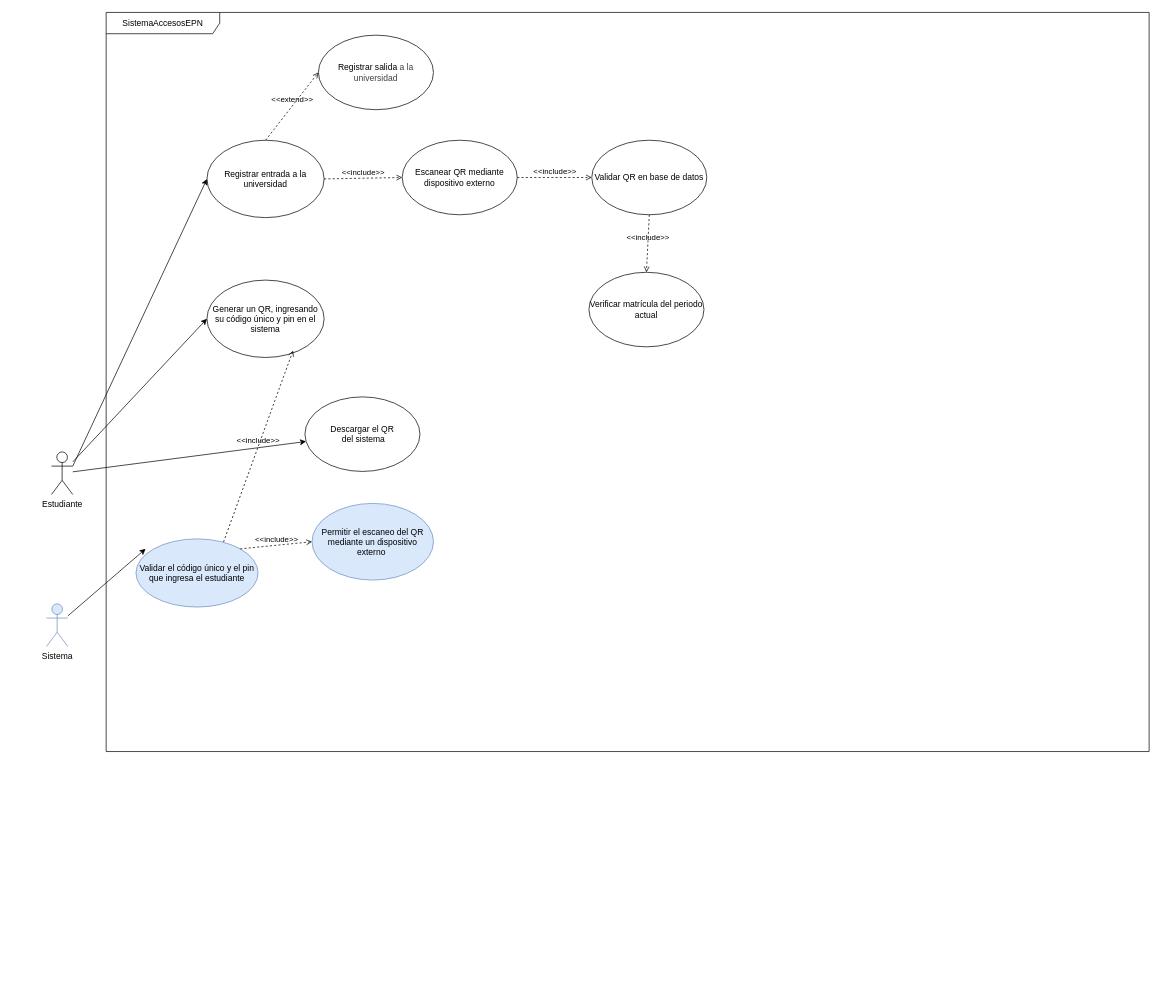
The draw.io diagram AccesoApp/design/1UseCase.drawio in Jhanavi128/Sistema_Control_AccesosEPN, before the edit. Source tidied: cells renumbered, new cells numbered last; positions are measured from the earlier drawing's top-left corner, leaving out a move shared by most shapes. Both pictures are drawn from the tidied source at 71%, with x=0, y=0 at pixel (46, 12).
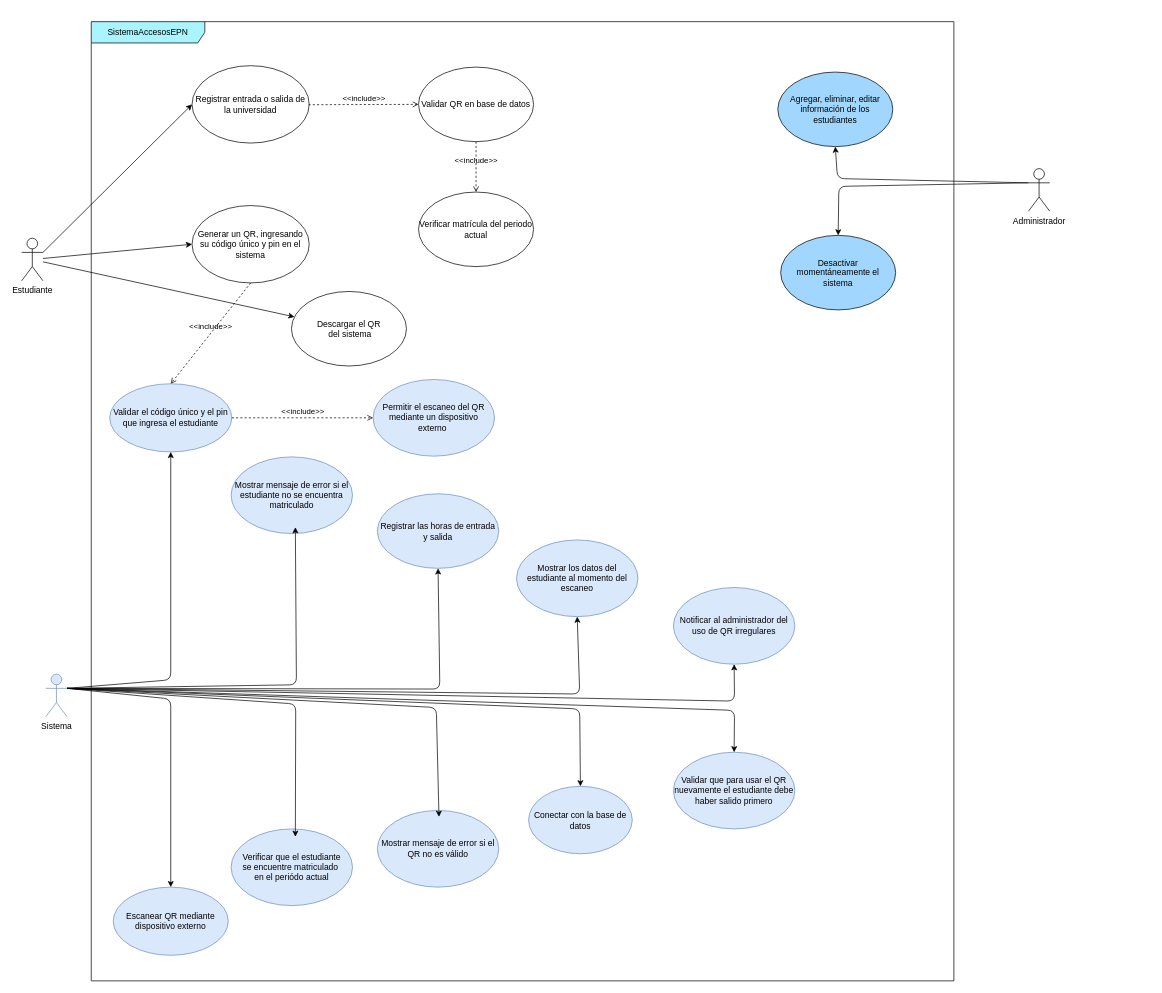
Above is the later version.

Commit message:
use case

Diff of the diagram source:
```diff
@@
-    <mxCell id="2" value="SistemaAccesosEPN" style="shape=umlFrame;whiteSpace=wrap;html=1;width=160;" parent="1" vertex="1">
-      <mxGeometry x="84" width="1469" height="1041" as="geometry" />
+    <mxCell id="2" value="SistemaAccesosEPN" style="shape=umlFrame;whiteSpace=wrap;html=1;width=160;fillColor=#A9F4FF;" parent="1" vertex="1">
+      <mxGeometry x="63" y="13" width="1215" height="1351" as="geometry" />
     </mxCell>
     <mxCell id="3" value="Generar un QR, ingresando su código único y pin en el sistema" style="ellipse;whiteSpace=wrap;html=1;" parent="2" vertex="1">
-      <mxGeometry x="142" y="377" width="165" height="109" as="geometry" />
+      <mxGeometry x="142" y="259" width="165" height="109" as="geometry" />
     </mxCell>
     <mxCell id="4" value="Validar el código único y el pin que ingresa el estudiante" style="ellipse;whiteSpace=wrap;html=1;fillColor=#dae8fc;strokeColor=#6c8ebf;" parent="2" vertex="1">
-      <mxGeometry x="42" y="741.5" width="172" height="96" as="geometry" />
+      <mxGeometry x="26" y="510" width="172" height="96" as="geometry" />
     </mxCell>
     <mxCell id="5" value="Descargar el QR&lt;div&gt;&amp;nbsp;del sistema&lt;/div&gt;" style="ellipse;whiteSpace=wrap;html=1;" parent="2" vertex="1">
-      <mxGeometry x="280" y="541.5" width="162" height="105" as="geometry" />
+      <mxGeometry x="282" y="380" width="162" height="105" as="geometry" />
     </mxCell>
     <mxCell id="6" value="Permitir el escaneo del QR mediante un dispositivo externo&amp;nbsp;" style="ellipse;whiteSpace=wrap;html=1;fillColor=#dae8fc;strokeColor=#6c8ebf;" parent="2" vertex="1">
-      <mxGeometry x="290" y="691.5" width="171" height="108" as="geometry" />
+      <mxGeometry x="397" y="504" width="171" height="108" as="geometry" />
     </mxCell>
-    <mxCell id="7" value="&amp;lt;&amp;lt;include&amp;gt;&amp;gt;" style="html=1;verticalAlign=bottom;labelBackgroundColor=none;endArrow=open;endFill=0;dashed=1;exitX=0.717;exitY=0.046;exitDx=0;exitDy=0;exitPerimeter=0;entryX=0.735;entryY=0.91;entryDx=0;entryDy=0;entryPerimeter=0;" parent="2" edge="1" source="4" target="3">
+    <mxCell id="7" value="&amp;lt;&amp;lt;include&amp;gt;&amp;gt;" style="html=1;verticalAlign=bottom;labelBackgroundColor=none;endArrow=open;endFill=0;dashed=1;exitX=0.5;exitY=1;exitDx=0;exitDy=0;entryX=0.5;entryY=0;entryDx=0;entryDy=0;" parent="2" edge="1" source="3" target="4">
       <mxGeometry relative="1" as="geometry" />
     </mxCell>
-    <mxCell id="8" value="&amp;lt;&amp;lt;include&amp;gt;&amp;gt;" style="html=1;verticalAlign=bottom;labelBackgroundColor=none;endArrow=open;endFill=0;dashed=1;exitX=1;exitY=0;exitDx=0;exitDy=0;entryX=0;entryY=0.5;entryDx=0;entryDy=0;" parent="2" edge="1" source="4" target="6">
+    <mxCell id="8" value="&amp;lt;&amp;lt;include&amp;gt;&amp;gt;" style="html=1;verticalAlign=bottom;labelBackgroundColor=none;endArrow=open;endFill=0;dashed=1;exitX=1;exitY=0.5;exitDx=0;exitDy=0;entryX=0;entryY=0.5;entryDx=0;entryDy=0;" parent="2" edge="1" source="4" target="6">
       <mxGeometry relative="1" as="geometry" />
     </mxCell>
-    <mxCell id="9" value="Registrar entrada a la universidad" style="ellipse;whiteSpace=wrap;html=1;" parent="2" vertex="1">
-      <mxGeometry x="142" y="180" width="165" height="109" as="geometry" />
+    <mxCell id="9" value="Registrar entrada o salida de la universidad" style="ellipse;whiteSpace=wrap;html=1;" parent="2" vertex="1">
+      <mxGeometry x="142" y="62" width="165" height="109" as="geometry" />
     </mxCell>
-    <mxCell id="10" value="&lt;span style=&quot;color: rgb(0, 0, 0); text-align: left;&quot;&gt;Escanear QR mediante dispositivo externo&lt;/span&gt;" style="ellipse;whiteSpace=wrap;html=1;" parent="2" vertex="1">
-      <mxGeometry x="417" y="180" width="162" height="105" as="geometry" />
-    </mxCell>
     <mxCell id="11" value="&lt;span style=&quot;color: rgb(0, 0, 0); text-align: left;&quot;&gt;Validar QR en base de datos&lt;/span&gt;" style="ellipse;whiteSpace=wrap;html=1;" parent="2" vertex="1">
-      <mxGeometry x="684" y="180" width="162" height="105" as="geometry" />
+      <mxGeometry x="461" y="64" width="162" height="105" as="geometry" />
     </mxCell>
     <mxCell id="12" value="&lt;span style=&quot;color: rgb(0, 0, 0); text-align: left;&quot;&gt;Verificar matrícula del periodo actual&lt;/span&gt;" style="ellipse;whiteSpace=wrap;html=1;" parent="2" vertex="1">
-      <mxGeometry x="680" y="366" width="162" height="105" as="geometry" />
+      <mxGeometry x="461" y="240" width="162" height="105" as="geometry" />
     </mxCell>
-    <mxCell id="13" value="&amp;lt;&amp;lt;include&amp;gt;&amp;gt;" style="html=1;verticalAlign=bottom;labelBackgroundColor=none;endArrow=open;endFill=0;dashed=1;exitX=1;exitY=0.5;exitDx=0;exitDy=0;entryX=0;entryY=0.5;entryDx=0;entryDy=0;" parent="2" edge="1" source="9" target="10">
-      <mxGeometry relative="1" as="geometry" />
-    </mxCell>
-    <mxCell id="14" value="&amp;lt;&amp;lt;include&amp;gt;&amp;gt;" style="html=1;verticalAlign=bottom;labelBackgroundColor=none;endArrow=open;endFill=0;dashed=1;exitX=1;exitY=0.5;exitDx=0;exitDy=0;entryX=0;entryY=0.5;entryDx=0;entryDy=0;" parent="2" edge="1" source="10" target="11">
-      <mxGeometry relative="1" as="geometry" />
+    <mxCell id="14" value="&amp;lt;&amp;lt;include&amp;gt;&amp;gt;" style="html=1;verticalAlign=bottom;labelBackgroundColor=none;endArrow=open;endFill=0;dashed=1;entryX=0;entryY=0.5;entryDx=0;entryDy=0;" parent="2" edge="1" target="11">
+      <mxGeometry relative="1" as="geometry">
+        <mxPoint x="306" y="117" as="sourcePoint" />
+      </mxGeometry>
     </mxCell>
@@
-    <mxCell id="16" value="Registrar salida&lt;span style=&quot;background-color: transparent; color: rgb(63, 63, 63);&quot;&gt;&amp;nbsp;a la universidad&lt;/span&gt;" style="ellipse;whiteSpace=wrap;html=1;" parent="2" vertex="1">
-      <mxGeometry x="299" y="32" width="162" height="105" as="geometry" />
-    </mxCell>
-    <mxCell id="17" value="&amp;lt;&amp;lt;extend&amp;gt;&amp;gt;" style="html=1;verticalAlign=bottom;labelBackgroundColor=none;endArrow=open;endFill=0;dashed=1;exitX=0.5;exitY=0;exitDx=0;exitDy=0;entryX=0;entryY=0.5;entryDx=0;entryDy=0;" parent="2" edge="1" source="9" target="16">
-      <mxGeometry relative="1" as="geometry" />
-    </mxCell>
+    <mxCell id="10" value="&lt;span style=&quot;color: rgb(0, 0, 0); text-align: left;&quot;&gt;Escanear QR mediante dispositivo externo&lt;/span&gt;" style="ellipse;whiteSpace=wrap;html=1;fillColor=#dae8fc;strokeColor=#6c8ebf;" parent="2" vertex="1">
+      <mxGeometry x="31" y="1219" width="162" height="96" as="geometry" />
+    </mxCell>
+    <mxCell id="24" value="&lt;span style=&quot;color: rgb(0, 0, 0); text-wrap-mode: nowrap;&quot;&gt;Verificar que el estudiante&lt;/span&gt;&lt;div&gt;&lt;span style=&quot;color: rgb(0, 0, 0); text-wrap-mode: nowrap;&quot;&gt;se encuentre matriculado&amp;nbsp;&lt;/span&gt;&lt;/div&gt;&lt;div&gt;&lt;span style=&quot;color: rgb(0, 0, 0); text-wrap-mode: nowrap;&quot;&gt;en el periódo actual&lt;/span&gt;&lt;/div&gt;" style="ellipse;whiteSpace=wrap;html=1;fillColor=#dae8fc;strokeColor=#6c8ebf;" parent="2" vertex="1">
+      <mxGeometry x="197" y="1137" width="171" height="108" as="geometry" />
+    </mxCell>
+    <mxCell id="25" value="Mostrar mensaje de error si el QR no es válido" style="ellipse;whiteSpace=wrap;html=1;fillColor=#dae8fc;strokeColor=#6c8ebf;" parent="2" vertex="1">
+      <mxGeometry x="403" y="1111" width="171" height="108" as="geometry" />
+    </mxCell>
+    <mxCell id="26" value="Mostrar mensaje de error si el estudiante no se encuentra matriculado" style="ellipse;whiteSpace=wrap;html=1;fillColor=#dae8fc;strokeColor=#6c8ebf;" parent="2" vertex="1">
+      <mxGeometry x="197" y="613" width="171" height="108" as="geometry" />
+    </mxCell>
+    <mxCell id="27" value="Mostrar los datos del estudiante al momento del escaneo" style="ellipse;whiteSpace=wrap;html=1;fillColor=#dae8fc;strokeColor=#6c8ebf;" parent="2" vertex="1">
+      <mxGeometry x="599" y="730" width="171" height="108" as="geometry" />
+    </mxCell>
+    <mxCell id="28" value="Validar que para usar el QR nuevamente el estudiante debe haber salido primero" style="ellipse;whiteSpace=wrap;html=1;fillColor=#dae8fc;strokeColor=#6c8ebf;" parent="2" vertex="1">
+      <mxGeometry x="820" y="1029" width="171" height="108" as="geometry" />
+    </mxCell>
+    <mxCell id="29" value="Notificar al administrador del uso de QR irregulares" style="ellipse;whiteSpace=wrap;html=1;fillColor=#dae8fc;strokeColor=#6c8ebf;" parent="2" vertex="1">
+      <mxGeometry x="820" y="797" width="171" height="108" as="geometry" />
+    </mxCell>
+    <mxCell id="30" style="edgeStyle=none;html=1;entryX=0.5;entryY=1;entryDx=0;entryDy=0;exitX=1;exitY=0.3333333333333333;exitDx=0;exitDy=0;exitPerimeter=0;" parent="2" edge="1" source="20">
+      <mxGeometry relative="1" as="geometry">
+        <mxPoint x="287.5" y="712" as="targetPoint" />
+        <Array as="points">
+          <mxPoint x="289" y="934" />
+        </Array>
+      </mxGeometry>
+    </mxCell>
+    <mxCell id="31" style="edgeStyle=none;html=1;entryX=0.5;entryY=0;entryDx=0;entryDy=0;exitX=1;exitY=0.3333333333333333;exitDx=0;exitDy=0;exitPerimeter=0;" parent="2" edge="1" source="20">
+      <mxGeometry relative="1" as="geometry">
+        <mxPoint x="287.5" y="1148" as="targetPoint" />
+        <Array as="points">
+          <mxPoint x="288" y="961" />
+        </Array>
+      </mxGeometry>
+    </mxCell>
+    <mxCell id="32" style="edgeStyle=none;html=1;entryX=0.5;entryY=0;entryDx=0;entryDy=0;exitX=1;exitY=0.3333333333333333;exitDx=0;exitDy=0;exitPerimeter=0;" parent="2" edge="1" source="20">
+      <mxGeometry relative="1" as="geometry">
+        <mxPoint x="489.8" y="1120" as="targetPoint" />
+        <Array as="points">
+          <mxPoint x="486" y="966" />
+        </Array>
+      </mxGeometry>
+    </mxCell>
+    <mxCell id="33" value="Agregar, eliminar, editar información de los estudiantes" style="ellipse;whiteSpace=wrap;html=1;fillColor=#A1D7FF;" parent="2" vertex="1">
+      <mxGeometry x="967" y="71" width="162" height="105" as="geometry" />
+    </mxCell>
+    <mxCell id="34" value="Desactivar momentáneamente el sistema" style="ellipse;whiteSpace=wrap;html=1;fillColor=#A1D7FF;" parent="2" vertex="1">
+      <mxGeometry x="971" y="301" width="162" height="105" as="geometry" />
+    </mxCell>
+    <mxCell id="35" value="Conectar con la base de datos" style="ellipse;whiteSpace=wrap;html=1;fillColor=#dae8fc;strokeColor=#6c8ebf;" parent="2" vertex="1">
+      <mxGeometry x="616" y="1077" width="146" height="95" as="geometry" />
+    </mxCell>
+    <mxCell id="36" value="Registrar las horas de entrada y salida" style="ellipse;whiteSpace=wrap;html=1;fillColor=#dae8fc;strokeColor=#6c8ebf;" parent="2" vertex="1">
+      <mxGeometry x="403" y="665" width="171" height="105" as="geometry" />
+    </mxCell>
@@
     <mxCell id="19" value="Estudiante" style="shape=umlActor;verticalLabelPosition=bottom;verticalAlign=top;html=1;" parent="1" vertex="1">
-      <mxGeometry x="7" y="619" width="30" height="60" as="geometry" />
+      <mxGeometry x="-35" y="318" width="30" height="60" as="geometry" />
     </mxCell>
     <mxCell id="20" value="Sistema" style="shape=umlActor;verticalLabelPosition=bottom;verticalAlign=top;html=1;fillColor=#dae8fc;strokeColor=#6c8ebf;" parent="1" vertex="1">
-      <mxGeometry y="833" width="30" height="60" as="geometry" />
+      <mxGeometry x="-1" y="932" width="30" height="60" as="geometry" />
     </mxCell>
@@
+    <mxCell id="23" style="edgeStyle=none;html=1;entryX=0;entryY=0.5;entryDx=0;entryDy=0;exitX=1;exitY=0.3333333333333333;exitDx=0;exitDy=0;exitPerimeter=0;" parent="1" edge="1" source="19" target="9">
+      <mxGeometry relative="1" as="geometry" />
+    </mxCell>
+    <mxCell id="37" value="Administrador" style="shape=umlActor;verticalLabelPosition=bottom;verticalAlign=top;html=1;" parent="1" vertex="1">
+      <mxGeometry x="1383" y="220" width="30" height="60" as="geometry" />
+    </mxCell>
+    <mxCell id="38" style="edgeStyle=none;html=1;entryX=0.5;entryY=0;entryDx=0;entryDy=0;exitX=1;exitY=0.3333333333333333;exitDx=0;exitDy=0;exitPerimeter=0;" parent="1" edge="1" source="20" target="10">
+      <mxGeometry relative="1" as="geometry">
+        <Array as="points">
+          <mxPoint x="175" y="967" />
+        </Array>
+      </mxGeometry>
+    </mxCell>
-    <mxCell id="22" style="edgeStyle=none;html=1;entryX=0.079;entryY=0.146;entryDx=0;entryDy=0;entryPerimeter=0;" parent="1" edge="1" source="20" target="4">
-      <mxGeometry relative="1" as="geometry" />
+    <mxCell id="22" style="edgeStyle=none;html=1;entryX=0.5;entryY=1;entryDx=0;entryDy=0;exitX=1;exitY=0.3333333333333333;exitDx=0;exitDy=0;exitPerimeter=0;" parent="1" edge="1" source="20" target="4">
+      <mxGeometry relative="1" as="geometry">
+        <Array as="points">
+          <mxPoint x="175" y="940" />
+        </Array>
+      </mxGeometry>
     </mxCell>
-    <mxCell id="23" style="edgeStyle=none;html=1;entryX=0;entryY=0.5;entryDx=0;entryDy=0;exitX=1;exitY=0.3333333333333333;exitDx=0;exitDy=0;exitPerimeter=0;" parent="1" edge="1" source="19" target="9">
-      <mxGeometry relative="1" as="geometry" />
-    </mxCell>
+    <mxCell id="39" style="edgeStyle=none;html=1;entryX=0.5;entryY=1;entryDx=0;entryDy=0;exitX=1;exitY=0.3333333333333333;exitDx=0;exitDy=0;exitPerimeter=0;" parent="1" edge="1" source="20" target="27">
+      <mxGeometry relative="1" as="geometry">
+        <Array as="points">
+          <mxPoint x="751" y="960" />
+        </Array>
+      </mxGeometry>
+    </mxCell>
+    <mxCell id="40" style="edgeStyle=none;html=1;entryX=0.5;entryY=0;entryDx=0;entryDy=0;exitX=1;exitY=0.3333333333333333;exitDx=0;exitDy=0;exitPerimeter=0;" parent="1" edge="1" source="20" target="35">
+      <mxGeometry relative="1" as="geometry">
+        <Array as="points">
+          <mxPoint x="751" y="981" />
+        </Array>
+      </mxGeometry>
+    </mxCell>
+    <mxCell id="41" style="edgeStyle=none;html=1;entryX=0.5;entryY=1;entryDx=0;entryDy=0;exitX=1;exitY=0.3333333333333333;exitDx=0;exitDy=0;exitPerimeter=0;" parent="1" edge="1" source="20" target="29">
+      <mxGeometry relative="1" as="geometry">
+        <Array as="points">
+          <mxPoint x="969" y="970" />
+        </Array>
+      </mxGeometry>
+    </mxCell>
+    <mxCell id="42" style="edgeStyle=none;html=1;entryX=0.5;entryY=0;entryDx=0;entryDy=0;exitX=1;exitY=0.3333333333333333;exitDx=0;exitDy=0;exitPerimeter=0;" parent="1" edge="1" source="20" target="28">
+      <mxGeometry relative="1" as="geometry">
+        <Array as="points">
+          <mxPoint x="969" y="983" />
+        </Array>
+      </mxGeometry>
+    </mxCell>
+    <mxCell id="43" style="edgeStyle=none;html=1;entryX=0.5;entryY=1;entryDx=0;entryDy=0;exitX=0;exitY=0.3333333333333333;exitDx=0;exitDy=0;exitPerimeter=0;" parent="1" edge="1" source="37" target="33">
+      <mxGeometry relative="1" as="geometry">
+        <Array as="points">
+          <mxPoint x="1114" y="234" />
+        </Array>
+      </mxGeometry>
+    </mxCell>
+    <mxCell id="44" style="edgeStyle=none;html=1;entryX=0.5;entryY=0;entryDx=0;entryDy=0;exitX=0;exitY=0.3333333333333333;exitDx=0;exitDy=0;exitPerimeter=0;" parent="1" edge="1" source="37" target="34">
+      <mxGeometry relative="1" as="geometry">
+        <Array as="points">
+          <mxPoint x="1116" y="245" />
+        </Array>
+      </mxGeometry>
+    </mxCell>
+    <mxCell id="45" style="edgeStyle=none;html=1;entryX=0.5;entryY=1;entryDx=0;entryDy=0;exitX=1;exitY=0.3333333333333333;exitDx=0;exitDy=0;exitPerimeter=0;" parent="1" edge="1" source="20" target="36">
+      <mxGeometry relative="1" as="geometry">
+        <Array as="points">
+          <mxPoint x="554" y="953" />
+        </Array>
+      </mxGeometry>
+    </mxCell>
```
